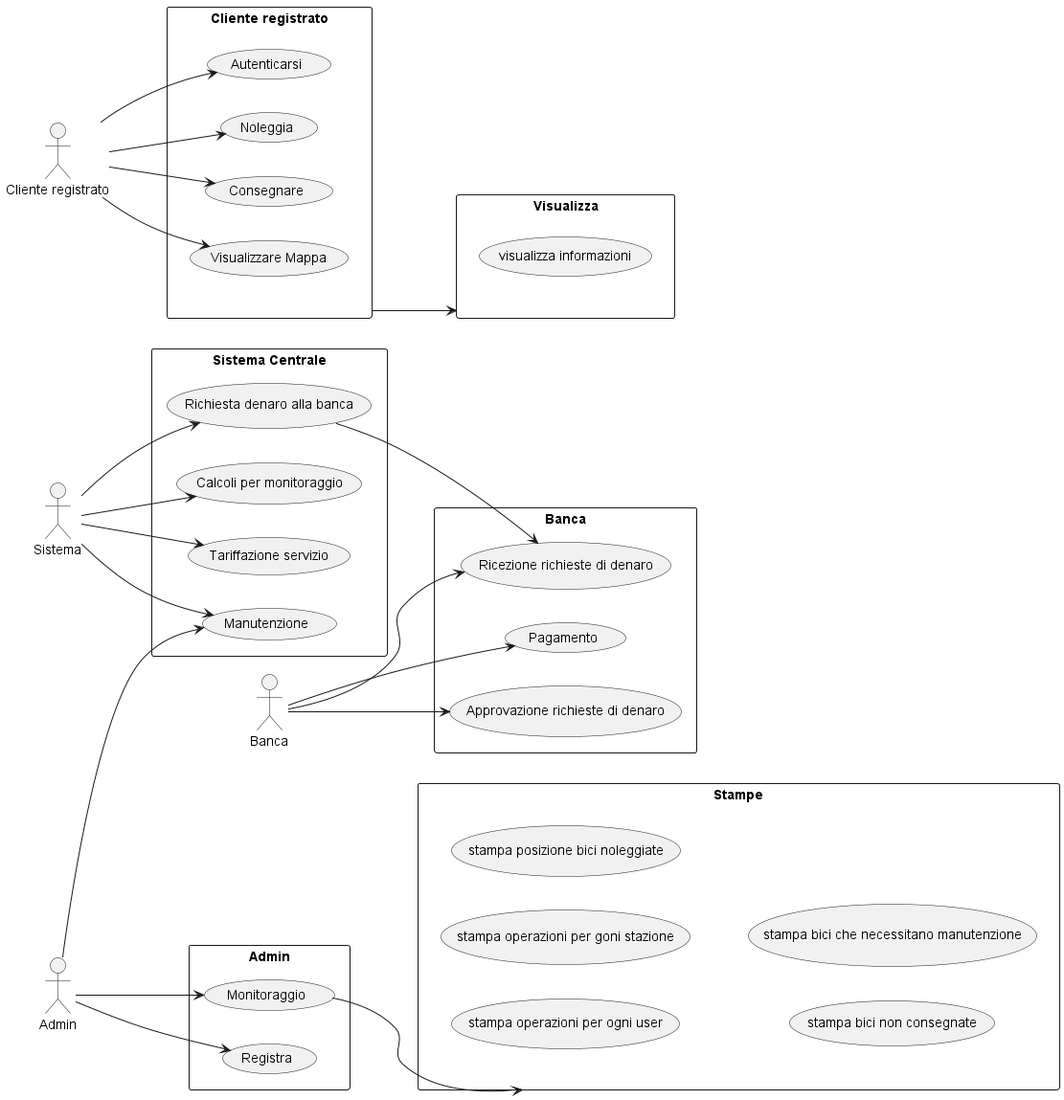
simoriv4/progetto_informatica keeps this PlantUML diagram as analisi/diagrammi/diagrammi_UML/out/USE_CASE_DIAGRAM.png. Above is the earlier version. Source of this version:
```plantuml
@startuml
left to right direction

actor "Cliente registrato" as C
actor Sistema as S
actor Admin as A
actor Banca as B


rectangle "Cliente registrato" {
    C --> (Autenticarsi)
    C --> (Noleggia)
    C --> (Consegnare)
    C --> (Visualizzare Mappa)
}
rectangle Banca {
    B --> (Ricezione richieste di denaro)
    B --> (Pagamento)
    B --> (Approvazione richieste di denaro)
}
rectangle Visualizza{
    (visualizza informazioni)
}
(Cliente registrato)-->(Visualizza)
rectangle "Sistema Centrale" {
    S --> (Calcoli per monitoraggio)
    S --> (Tariffazione servizio)
    S --> (Manutenzione)
    S --> (Richiesta denaro alla banca)
    (Richiesta denaro alla banca)--> (Ricezione richieste di denaro)

}

rectangle "Admin" {
    A --> (Monitoraggio)
    A --> (Registra)
    A --> (Manutenzione)
}
rectangle "Stampe" {
    (stampa operazioni per ogni user)
    (stampa operazioni per goni stazione)
    (stampa posizione bici noleggiate)
    (stampa bici non consegnate)
    (stampa bici che necessitano manutenzione)
}
(Monitoraggio) --> (Stampe)
@enduml
```
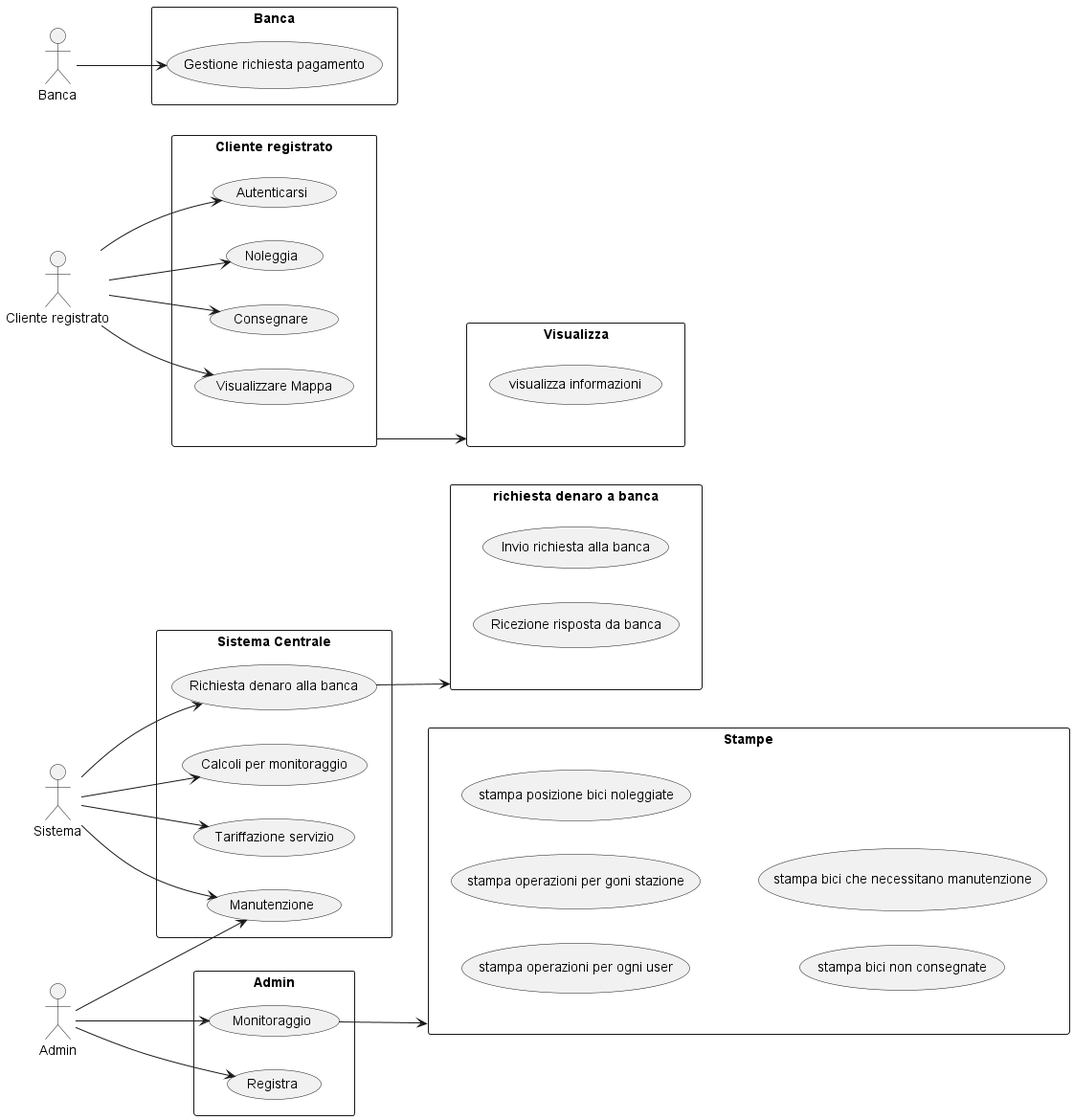
The same diagram one commit later.

Commit message:
modifica schema ER e USE CASE diagram aggiunta gps come parametro nell'entità bicicletta modifica use case banca e richiesta denaro a banca

Diff of the diagram source:
```diff
@@ -14,9 +14,7 @@
     C --> (Visualizzare Mappa)
 }
 rectangle Banca {
-    B --> (Ricezione richieste di denaro)
-    B --> (Pagamento)
-    B --> (Approvazione richieste di denaro)
+    B --> (Gestione richiesta pagamento)
 }
 rectangle Visualizza{
     (visualizza informazioni)
@@ -27,10 +25,12 @@
     S --> (Tariffazione servizio)
     S --> (Manutenzione)
     S --> (Richiesta denaro alla banca)
-    (Richiesta denaro alla banca)--> (Ricezione richieste di denaro)
-
 }
-
+rectangle "richiesta denaro a banca"{
+    (Invio richiesta alla banca)
+    (Ricezione risposta da banca)
+}
+(Richiesta denaro alla banca) --> (richiesta denaro a banca)
 rectangle "Admin" {
     A --> (Monitoraggio)
     A --> (Registra)
```
